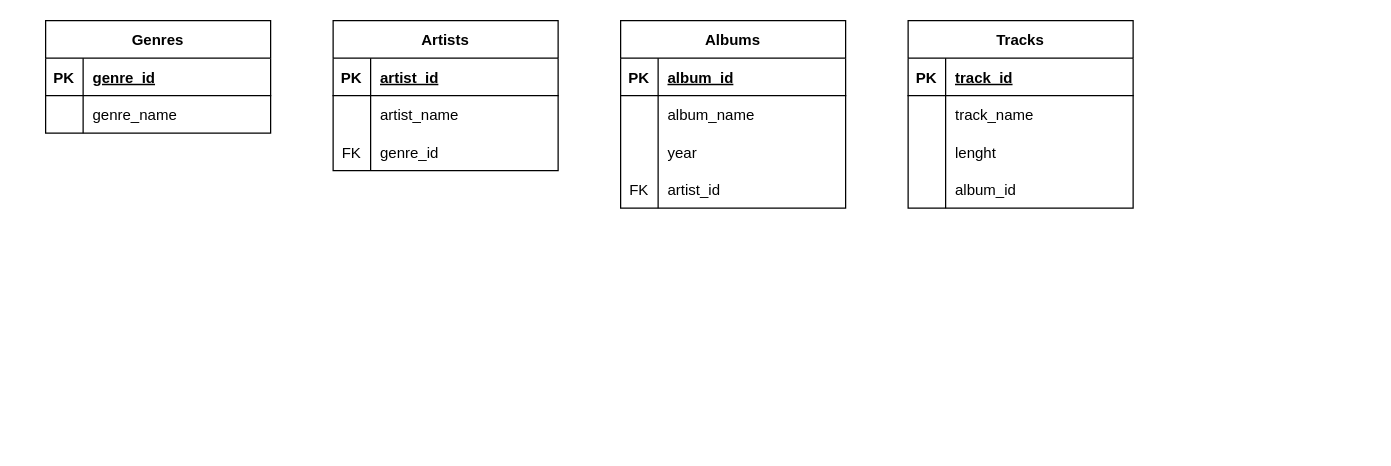
Before: Диаграмма без названия.drawio in dmitrykhay/TEST, a draw.io diagram. Source tidied: cells renumbered, new cells numbered last; positions are measured from the earlier drawing's top-left corner, leaving out a move shared by most shapes. Both pictures are drawn from the tidied source at 125%, with x=0, y=0 at pixel (45, 20).
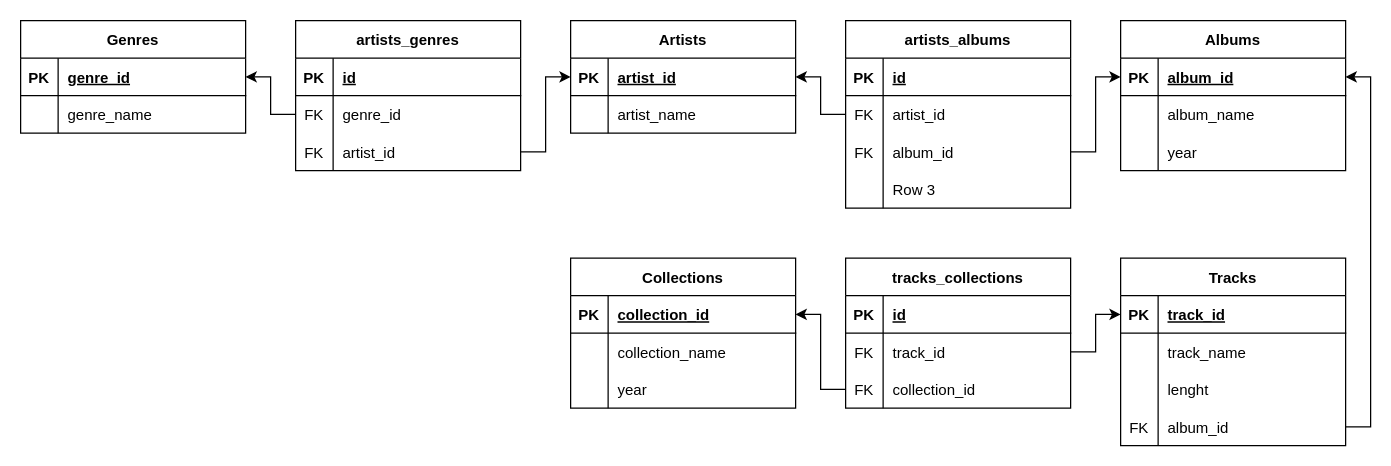
Above is the later version.

Unchanged cells that the change refers to:
```xml
<mxCell id="3" style="shape=tableRow;horizontal=0;startSize=0;swimlaneHead=0;swimlaneBody=0;fillColor=none;points=[[0,0.5],[1,0.5]];portConstraint=eastwest;top=0;left=0;right=0;bottom=1;" parent="2" vertex="1">
  <mxGeometry y="30" width="180" height="30" as="geometry" />
</mxCell>
<mxCell id="10" style="shape=tableRow;horizontal=0;startSize=0;swimlaneHead=0;swimlaneBody=0;fillColor=none;points=[[0,0.5],[1,0.5]];portConstraint=eastwest;top=0;left=0;right=0;bottom=1;" parent="9" vertex="1">
  <mxGeometry y="30" width="180" height="30" as="geometry" />
</mxCell>
<mxCell id="20" style="shape=tableRow;horizontal=0;startSize=0;swimlaneHead=0;swimlaneBody=0;fillColor=none;points=[[0,0.5],[1,0.5]];portConstraint=eastwest;top=0;left=0;right=0;bottom=1;" parent="19" vertex="1">
  <mxGeometry y="30" width="180" height="30" as="geometry" />
</mxCell>
<mxCell id="33" style="shape=tableRow;horizontal=0;startSize=0;swimlaneHead=0;swimlaneBody=0;fillColor=none;points=[[0,0.5],[1,0.5]];portConstraint=eastwest;top=0;left=0;right=0;bottom=1;" parent="32" vertex="1">
  <mxGeometry y="30" width="180" height="30" as="geometry" />
</mxCell>
<mxCell id="42" style="shape=tableRow;horizontal=0;startSize=0;swimlaneHead=0;swimlaneBody=0;fillColor=none;points=[[0,0.5],[1,0.5]];portConstraint=eastwest;top=0;left=0;right=0;bottom=0;" parent="32" vertex="1">
  <mxGeometry y="120" width="180" height="30" as="geometry" />
</mxCell>
```

Diff of the diagram source:
```diff
@@
     <mxCell id="2" value="Genres" style="shape=table;startSize=30;childLayout=tableLayout;rowLines=0;fontStyle=1;align=center;" parent="1" vertex="1">
-      <mxGeometry width="180" height="90" as="geometry" />
+      <mxGeometry x="-20" width="180" height="90" as="geometry" />
     </mxCell>
@@
     <mxCell id="9" value="Artists" style="shape=table;startSize=30;childLayout=tableLayout;rowLines=0;fontStyle=1;align=center;" parent="1" vertex="1">
-      <mxGeometry x="230" width="180" height="120" as="geometry" />
+      <mxGeometry x="420" width="180" height="90" as="geometry" />
     </mxCell>
@@
-    <mxCell id="16" style="shape=tableRow;horizontal=0;startSize=0;swimlaneHead=0;swimlaneBody=0;fillColor=none;top=0;left=0;right=0;bottom=0;" parent="9" vertex="1">
-      <mxGeometry y="90" width="180" height="30" as="geometry" />
-    </mxCell>
-    <mxCell id="17" value="FK" style="shape=partialRectangle;fillColor=none;top=0;left=0;bottom=0;right=0;overflow=hidden;" parent="16" vertex="1">
-      <mxGeometry width="30" height="30" as="geometry" />
-    </mxCell>
-    <mxCell id="18" value="genre_id" style="shape=partialRectangle;fillColor=none;top=0;left=0;bottom=0;right=0;align=left;spacingLeft=6;overflow=hidden;" parent="16" vertex="1">
-      <mxGeometry x="30" width="150" height="30" as="geometry" />
-    </mxCell>
     <mxCell id="19" value="Albums" style="shape=table;startSize=30;childLayout=tableLayout;rowLines=0;fontStyle=1;align=center;" parent="1" vertex="1">
-      <mxGeometry x="460" width="180" height="150" as="geometry" />
+      <mxGeometry x="860" width="180" height="120" as="geometry" />
     </mxCell>
@@
-    <mxCell id="29" style="shape=tableRow;horizontal=0;startSize=0;swimlaneHead=0;swimlaneBody=0;fillColor=none;top=0;left=0;right=0;bottom=0;" parent="19" vertex="1">
-      <mxGeometry y="120" width="180" height="30" as="geometry" />
-    </mxCell>
-    <mxCell id="30" value="FK" style="shape=partialRectangle;fillColor=none;top=0;left=0;bottom=0;right=0;overflow=hidden;" parent="29" vertex="1">
-      <mxGeometry width="30" height="30" as="geometry" />
-    </mxCell>
-    <mxCell id="31" value="artist_id" style="shape=partialRectangle;fillColor=none;top=0;left=0;bottom=0;right=0;align=left;spacingLeft=6;overflow=hidden;" parent="29" vertex="1">
-      <mxGeometry x="30" width="150" height="30" as="geometry" />
-    </mxCell>
     <mxCell id="32" value="Tracks" style="shape=table;startSize=30;childLayout=tableLayout;rowLines=0;fontStyle=1;align=center;" parent="1" vertex="1">
-      <mxGeometry x="690" width="180" height="150" as="geometry" />
+      <mxGeometry x="860" y="190" width="180" height="150" as="geometry" />
     </mxCell>
@@
-    <mxCell id="43" style="shape=partialRectangle;fillColor=none;top=0;left=0;bottom=0;right=0;overflow=hidden;" parent="42" vertex="1">
+    <mxCell id="43" value="FK" style="shape=partialRectangle;fillColor=none;top=0;left=0;bottom=0;right=0;overflow=hidden;" parent="42" vertex="1">
       <mxGeometry width="30" height="30" as="geometry" />
     </mxCell>
@@
+    <mxCell id="45" value="Collections" style="shape=table;startSize=30;childLayout=tableLayout;rowLines=0;fontStyle=1;align=center;" parent="1" vertex="1">
+      <mxGeometry x="420" y="190" width="180" height="120" as="geometry" />
+    </mxCell>
+    <mxCell id="46" style="shape=tableRow;horizontal=0;startSize=0;swimlaneHead=0;swimlaneBody=0;fillColor=none;points=[[0,0.5],[1,0.5]];portConstraint=eastwest;top=0;left=0;right=0;bottom=1;" parent="45" vertex="1">
+      <mxGeometry y="30" width="180" height="30" as="geometry" />
+    </mxCell>
+    <mxCell id="47" value="PK" style="shape=partialRectangle;fillColor=none;top=0;left=0;bottom=0;right=0;fontStyle=1;overflow=hidden;" parent="46" vertex="1">
+      <mxGeometry width="30" height="30" as="geometry" />
+    </mxCell>
+    <mxCell id="48" value="collection_id" style="shape=partialRectangle;fillColor=none;top=0;left=0;bottom=0;right=0;align=left;spacingLeft=6;fontStyle=5;overflow=hidden;" parent="46" vertex="1">
+      <mxGeometry x="30" width="150" height="30" as="geometry" />
+    </mxCell>
+    <mxCell id="49" style="shape=tableRow;horizontal=0;startSize=0;swimlaneHead=0;swimlaneBody=0;fillColor=none;top=0;left=0;right=0;bottom=0;" parent="45" vertex="1">
+      <mxGeometry y="60" width="180" height="30" as="geometry" />
+    </mxCell>
+    <mxCell id="50" style="shape=partialRectangle;fillColor=none;top=0;left=0;bottom=0;right=0;overflow=hidden;" parent="49" vertex="1">
+      <mxGeometry width="30" height="30" as="geometry" />
+    </mxCell>
+    <mxCell id="51" value="collection_name" style="shape=partialRectangle;fillColor=none;top=0;left=0;bottom=0;right=0;align=left;spacingLeft=6;overflow=hidden;" parent="49" vertex="1">
+      <mxGeometry x="30" width="150" height="30" as="geometry" />
+    </mxCell>
+    <mxCell id="16" style="shape=tableRow;horizontal=0;startSize=0;swimlaneHead=0;swimlaneBody=0;fillColor=none;top=0;left=0;right=0;bottom=0;" parent="45" vertex="1">
+      <mxGeometry y="90" width="180" height="30" as="geometry" />
+    </mxCell>
+    <mxCell id="52" style="shape=partialRectangle;fillColor=none;top=0;left=0;bottom=0;right=0;overflow=hidden;" parent="16" vertex="1">
+      <mxGeometry width="30" height="30" as="geometry" />
+    </mxCell>
+    <mxCell id="53" value="year" style="shape=partialRectangle;fillColor=none;top=0;left=0;bottom=0;right=0;align=left;spacingLeft=6;overflow=hidden;" parent="16" vertex="1">
+      <mxGeometry x="30" width="150" height="30" as="geometry" />
+    </mxCell>
+    <mxCell id="54" style="edgeStyle=orthogonalEdgeStyle;rounded=0;jettySize=auto;html=1;exitX=0;exitY=0.5;exitDx=0;exitDy=0;entryX=1;entryY=0.5;entryDx=0;entryDy=0;" parent="1" edge="1" source="59" target="3">
+      <mxGeometry relative="1" as="geometry" />
+    </mxCell>
+    <mxCell id="55" value="artists_genres" style="shape=table;startSize=30;childLayout=tableLayout;rowLines=0;fontStyle=1;align=center;strokeColor=#000000;" parent="1" vertex="1">
+      <mxGeometry x="200" width="180" height="120" as="geometry" />
+    </mxCell>
+    <mxCell id="56" style="shape=tableRow;horizontal=0;startSize=0;swimlaneHead=0;swimlaneBody=0;fillColor=none;top=0;left=0;right=0;bottom=1;strokeColor=#000000;" parent="55" vertex="1">
+      <mxGeometry y="30" width="180" height="30" as="geometry" />
+    </mxCell>
+    <mxCell id="57" value="PK" style="shape=partialRectangle;fillColor=none;top=0;left=0;bottom=0;right=0;fontStyle=1;overflow=hidden;strokeColor=#000000;" parent="56" vertex="1">
+      <mxGeometry width="30" height="30" as="geometry" />
+    </mxCell>
+    <mxCell id="58" value="id" style="shape=partialRectangle;fillColor=none;top=0;left=0;bottom=0;right=0;align=left;spacingLeft=6;fontStyle=5;overflow=hidden;strokeColor=#000000;" parent="56" vertex="1">
+      <mxGeometry x="30" width="150" height="30" as="geometry" />
+    </mxCell>
+    <mxCell id="59" style="shape=tableRow;horizontal=0;startSize=0;swimlaneHead=0;swimlaneBody=0;fillColor=none;points=[[0,0.5],[1,0.5]];portConstraint=eastwest;top=0;left=0;right=0;bottom=0;strokeColor=#000000;" parent="55" vertex="1">
+      <mxGeometry y="60" width="180" height="30" as="geometry" />
+    </mxCell>
+    <mxCell id="60" value="FK" style="shape=partialRectangle;fillColor=none;top=0;left=0;bottom=0;right=0;overflow=hidden;strokeColor=#000000;" parent="59" vertex="1">
+      <mxGeometry width="30" height="30" as="geometry" />
+    </mxCell>
+    <mxCell id="18" value="genre_id" style="shape=partialRectangle;fillColor=none;top=0;left=0;bottom=0;right=0;align=left;spacingLeft=6;overflow=hidden;strokeColor=#000000;" parent="59" vertex="1">
+      <mxGeometry x="30" width="150" height="30" as="geometry" />
+    </mxCell>
+    <mxCell id="61" style="shape=tableRow;horizontal=0;startSize=0;swimlaneHead=0;swimlaneBody=0;fillColor=none;points=[[0,0.5],[1,0.5]];portConstraint=eastwest;top=0;left=0;right=0;bottom=0;strokeColor=#000000;" parent="55" vertex="1">
+      <mxGeometry y="90" width="180" height="30" as="geometry" />
+    </mxCell>
+    <mxCell id="62" value="FK" style="shape=partialRectangle;fillColor=none;top=0;left=0;bottom=0;right=0;overflow=hidden;strokeColor=#000000;" parent="61" vertex="1">
+      <mxGeometry width="30" height="30" as="geometry" />
+    </mxCell>
+    <mxCell id="63" value="artist_id" style="shape=partialRectangle;fillColor=none;top=0;left=0;bottom=0;right=0;align=left;spacingLeft=6;overflow=hidden;strokeColor=#000000;" parent="61" vertex="1">
+      <mxGeometry x="30" width="150" height="30" as="geometry" />
+    </mxCell>
+    <mxCell id="64" style="edgeStyle=orthogonalEdgeStyle;rounded=0;jettySize=auto;html=1;exitX=1;exitY=0.5;exitDx=0;exitDy=0;entryX=0;entryY=0.5;entryDx=0;entryDy=0;" parent="1" edge="1" source="61" target="10">
+      <mxGeometry relative="1" as="geometry" />
+    </mxCell>
+    <mxCell id="65" style="edgeStyle=orthogonalEdgeStyle;rounded=0;jettySize=auto;html=1;exitX=0;exitY=0.5;exitDx=0;exitDy=0;entryX=1;entryY=0.5;entryDx=0;entryDy=0;" parent="1" edge="1" source="66" target="10">
+      <mxGeometry relative="1" as="geometry" />
+    </mxCell>
+    <mxCell id="66" value="artists_albums" style="shape=table;startSize=30;childLayout=tableLayout;rowLines=0;fontStyle=1;align=center;strokeColor=#000000;" parent="1" vertex="1">
+      <mxGeometry x="640" width="180" height="150" as="geometry" />
+    </mxCell>
+    <mxCell id="67" style="shape=tableRow;horizontal=0;startSize=0;swimlaneHead=0;swimlaneBody=0;fillColor=none;top=0;left=0;right=0;bottom=1;strokeColor=#000000;" parent="66" vertex="1">
+      <mxGeometry y="30" width="180" height="30" as="geometry" />
+    </mxCell>
+    <mxCell id="68" value="PK" style="shape=partialRectangle;fillColor=none;top=0;left=0;bottom=0;right=0;fontStyle=1;overflow=hidden;strokeColor=#000000;" parent="67" vertex="1">
+      <mxGeometry width="30" height="30" as="geometry" />
+    </mxCell>
+    <mxCell id="69" value="id" style="shape=partialRectangle;fillColor=none;top=0;left=0;bottom=0;right=0;align=left;spacingLeft=6;fontStyle=5;overflow=hidden;strokeColor=#000000;" parent="67" vertex="1">
+      <mxGeometry x="30" width="150" height="30" as="geometry" />
+    </mxCell>
+    <mxCell id="70" style="shape=tableRow;horizontal=0;startSize=0;swimlaneHead=0;swimlaneBody=0;fillColor=none;top=0;left=0;right=0;bottom=0;strokeColor=#000000;" parent="66" vertex="1">
+      <mxGeometry y="60" width="180" height="30" as="geometry" />
+    </mxCell>
+    <mxCell id="71" value="FK" style="shape=partialRectangle;fillColor=none;top=0;left=0;bottom=0;right=0;overflow=hidden;strokeColor=#000000;" parent="70" vertex="1">
+      <mxGeometry width="30" height="30" as="geometry" />
+    </mxCell>
+    <mxCell id="72" value="artist_id" style="shape=partialRectangle;fillColor=none;top=0;left=0;bottom=0;right=0;align=left;spacingLeft=6;overflow=hidden;strokeColor=#000000;" parent="70" vertex="1">
+      <mxGeometry x="30" width="150" height="30" as="geometry" />
+    </mxCell>
+    <mxCell id="73" style="shape=tableRow;horizontal=0;startSize=0;swimlaneHead=0;swimlaneBody=0;fillColor=none;points=[[0,0.5],[1,0.5]];portConstraint=eastwest;top=0;left=0;right=0;bottom=0;strokeColor=#000000;" parent="66" vertex="1">
+      <mxGeometry y="90" width="180" height="30" as="geometry" />
+    </mxCell>
+    <mxCell id="74" value="FK" style="shape=partialRectangle;fillColor=none;top=0;left=0;bottom=0;right=0;overflow=hidden;strokeColor=#000000;" parent="73" vertex="1">
+      <mxGeometry width="30" height="30" as="geometry" />
+    </mxCell>
+    <mxCell id="75" value="album_id" style="shape=partialRectangle;fillColor=none;top=0;left=0;bottom=0;right=0;align=left;spacingLeft=6;overflow=hidden;strokeColor=#000000;" parent="73" vertex="1">
+      <mxGeometry x="30" width="150" height="30" as="geometry" />
+    </mxCell>
+    <mxCell id="76" style="shape=tableRow;horizontal=0;startSize=0;swimlaneHead=0;swimlaneBody=0;fillColor=none;top=0;left=0;right=0;bottom=0;strokeColor=#000000;" parent="66" vertex="1">
+      <mxGeometry y="120" width="180" height="30" as="geometry" />
+    </mxCell>
+    <mxCell id="77" style="shape=partialRectangle;fillColor=none;top=0;left=0;bottom=0;right=0;overflow=hidden;strokeColor=#000000;" parent="76" vertex="1">
+      <mxGeometry width="30" height="30" as="geometry" />
+    </mxCell>
+    <mxCell id="78" value="Row 3" style="shape=partialRectangle;fillColor=none;top=0;left=0;bottom=0;right=0;align=left;spacingLeft=6;overflow=hidden;strokeColor=#000000;" parent="76" vertex="1">
+      <mxGeometry x="30" width="150" height="30" as="geometry" />
+    </mxCell>
+    <mxCell id="79" style="edgeStyle=orthogonalEdgeStyle;rounded=0;jettySize=auto;html=1;exitX=1;exitY=0.5;exitDx=0;exitDy=0;entryX=0;entryY=0.5;entryDx=0;entryDy=0;" parent="1" edge="1" source="73" target="20">
+      <mxGeometry relative="1" as="geometry" />
+    </mxCell>
+    <mxCell id="80" value="tracks_collections" style="shape=table;startSize=30;childLayout=tableLayout;rowLines=0;fontStyle=1;align=center;strokeColor=#000000;" parent="1" vertex="1">
+      <mxGeometry x="640" y="190" width="180" height="120" as="geometry" />
+    </mxCell>
+    <mxCell id="81" style="shape=tableRow;horizontal=0;startSize=0;swimlaneHead=0;swimlaneBody=0;fillColor=none;top=0;left=0;right=0;bottom=1;strokeColor=#000000;" parent="80" vertex="1">
+      <mxGeometry y="30" width="180" height="30" as="geometry" />
+    </mxCell>
+    <mxCell id="82" value="PK" style="shape=partialRectangle;fillColor=none;top=0;left=0;bottom=0;right=0;fontStyle=1;overflow=hidden;strokeColor=#000000;" parent="81" vertex="1">
+      <mxGeometry width="30" height="30" as="geometry" />
+    </mxCell>
+    <mxCell id="83" value="id" style="shape=partialRectangle;fillColor=none;top=0;left=0;bottom=0;right=0;align=left;spacingLeft=6;fontStyle=5;overflow=hidden;strokeColor=#000000;" parent="81" vertex="1">
+      <mxGeometry x="30" width="150" height="30" as="geometry" />
+    </mxCell>
+    <mxCell id="84" style="shape=tableRow;horizontal=0;startSize=0;swimlaneHead=0;swimlaneBody=0;fillColor=none;points=[[0,0.5],[1,0.5]];portConstraint=eastwest;top=0;left=0;right=0;bottom=0;strokeColor=#000000;" parent="80" vertex="1">
+      <mxGeometry y="60" width="180" height="30" as="geometry" />
+    </mxCell>
+    <mxCell id="85" value="FK" style="shape=partialRectangle;fillColor=none;top=0;left=0;bottom=0;right=0;overflow=hidden;strokeColor=#000000;" parent="84" vertex="1">
+      <mxGeometry width="30" height="30" as="geometry" />
+    </mxCell>
+    <mxCell id="86" value="track_id" style="shape=partialRectangle;fillColor=none;top=0;left=0;bottom=0;right=0;align=left;spacingLeft=6;overflow=hidden;strokeColor=#000000;" parent="84" vertex="1">
+      <mxGeometry x="30" width="150" height="30" as="geometry" />
+    </mxCell>
+    <mxCell id="87" style="shape=tableRow;horizontal=0;startSize=0;swimlaneHead=0;swimlaneBody=0;fillColor=none;points=[[0,0.5],[1,0.5]];portConstraint=eastwest;top=0;left=0;right=0;bottom=0;strokeColor=#000000;" parent="80" vertex="1">
+      <mxGeometry y="90" width="180" height="30" as="geometry" />
+    </mxCell>
+    <mxCell id="88" value="FK" style="shape=partialRectangle;fillColor=none;top=0;left=0;bottom=0;right=0;overflow=hidden;strokeColor=#000000;" parent="87" vertex="1">
+      <mxGeometry width="30" height="30" as="geometry" />
+    </mxCell>
+    <mxCell id="89" value="collection_id" style="shape=partialRectangle;fillColor=none;top=0;left=0;bottom=0;right=0;align=left;spacingLeft=6;overflow=hidden;strokeColor=#000000;" parent="87" vertex="1">
+      <mxGeometry x="30" width="150" height="30" as="geometry" />
+    </mxCell>
+    <mxCell id="90" style="edgeStyle=orthogonalEdgeStyle;rounded=0;jettySize=auto;html=1;exitX=1;exitY=0.5;exitDx=0;exitDy=0;entryX=1;entryY=0.5;entryDx=0;entryDy=0;" parent="1" edge="1" source="42" target="20">
+      <mxGeometry relative="1" as="geometry" />
+    </mxCell>
+    <mxCell id="91" style="edgeStyle=orthogonalEdgeStyle;rounded=0;jettySize=auto;html=1;exitX=1;exitY=0.5;exitDx=0;exitDy=0;entryX=0;entryY=0.5;entryDx=0;entryDy=0;" parent="1" edge="1" source="84" target="33">
+      <mxGeometry relative="1" as="geometry" />
+    </mxCell>
+    <mxCell id="92" style="edgeStyle=orthogonalEdgeStyle;rounded=0;jettySize=auto;html=1;exitX=0;exitY=0.5;exitDx=0;exitDy=0;entryX=1;entryY=0.5;entryDx=0;entryDy=0;" parent="1" edge="1" source="87" target="46">
+      <mxGeometry relative="1" as="geometry" />
+    </mxCell>
```
